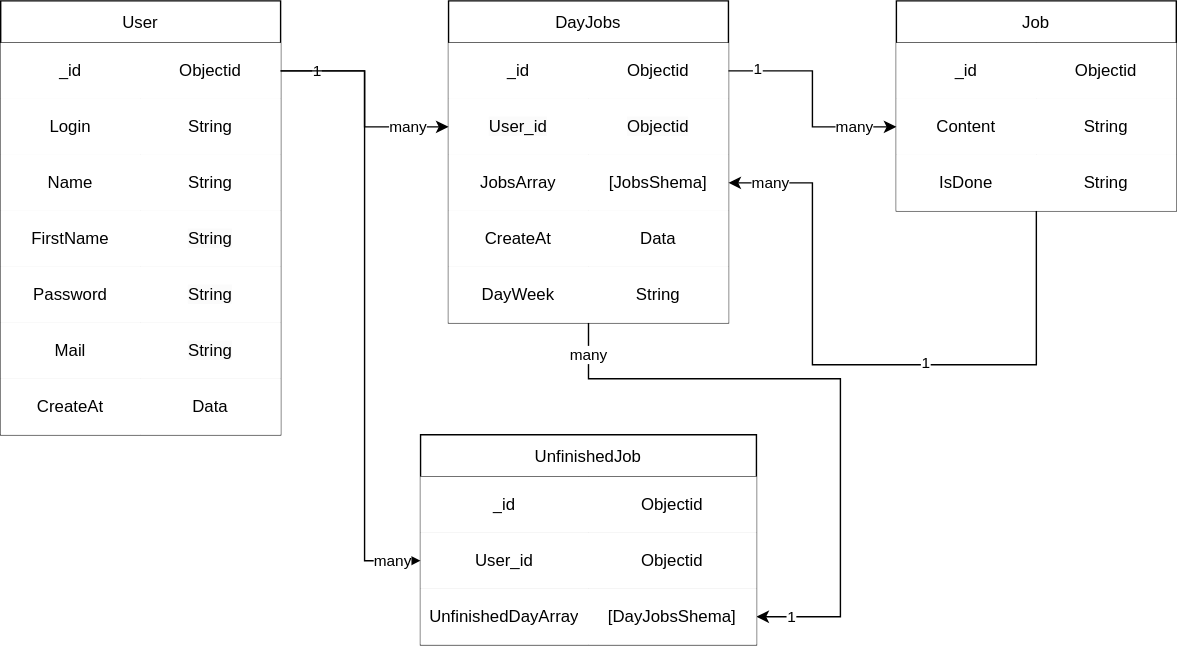
Before: FireWeekDiagram.drawio.svg, a diagram exported from draw.io (lambehorn/FireWeek). Source tidied: cells renumbered, new cells last; positions are measured from the earlier drawing's top-left corner, leaving out a move shared by most shapes.
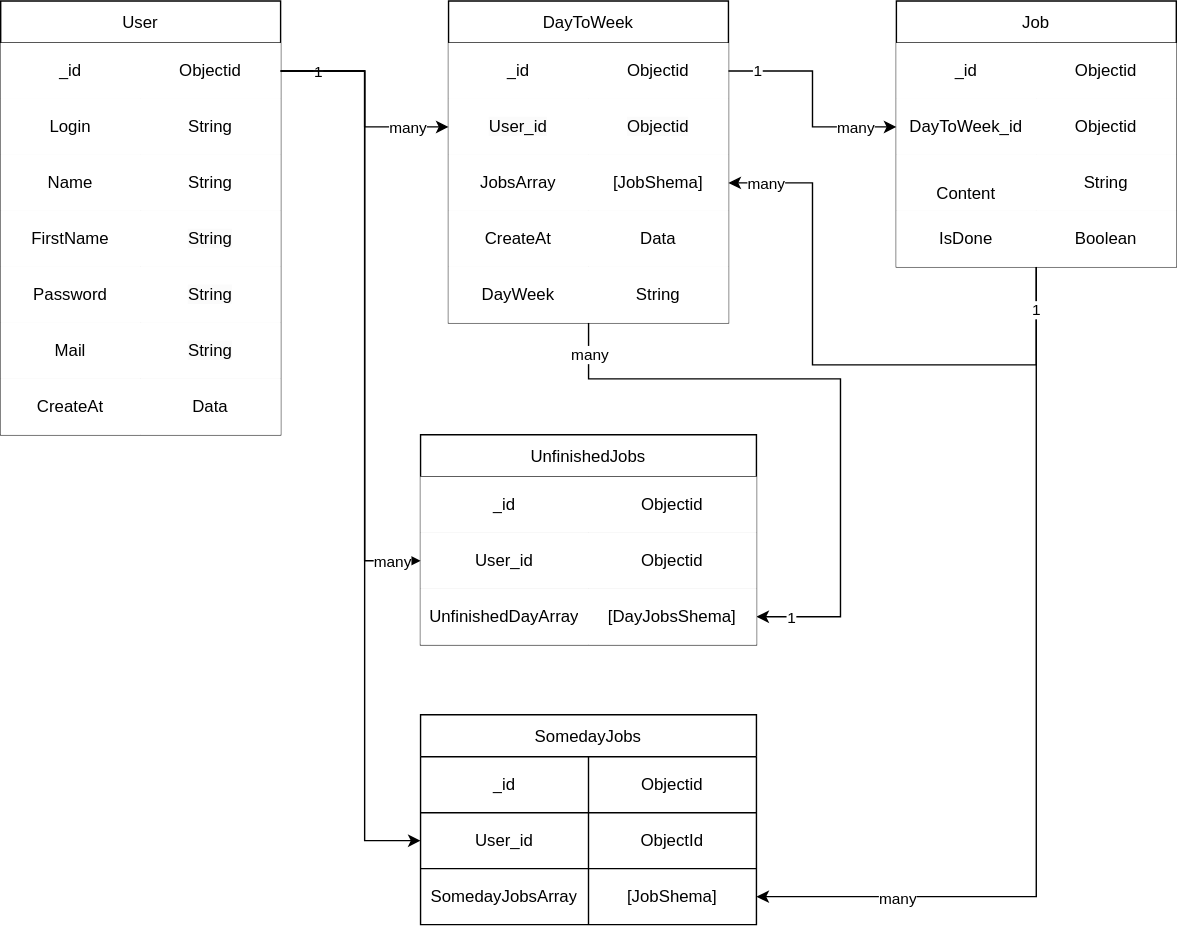
After the commit.

Diff of the diagram source:
```diff
@@ -85,7 +85,7 @@
     <mxCell id="26" value="1" style="edgeLabel;html=1;align=center;verticalAlign=middle;" parent="24" vertex="1">
       <mxGeometry x="0.89" relative="1" as="geometry" />
     </mxCell>
-    <mxCell id="27" value="DayJobs" style="shape=table;startSize=30;" parent="1" vertex="1">
+    <mxCell id="27" value="DayToWeek" style="shape=table;startSize=30;" parent="1" vertex="1">
       <mxGeometry x="320" width="200" height="230" as="geometry" />
     </mxCell>
     <mxCell id="28" style="shape=tableRow;horizontal=0;startSize=0;swimlaneHead=0;swimlaneBody=0;top=0;left=0;bottom=0;right=0;points=[[0,0.5],[1,0.5]];portConstraint=eastwest;" parent="27" vertex="1">
@@ -112,7 +112,7 @@
     <mxCell id="35" value="JobsArray" style="shape=partialRectangle;html=1;whiteSpace=wrap;overflow=hidden;top=0;left=0;bottom=0;right=0;" parent="34" vertex="1">
       <mxGeometry width="100" height="40" as="geometry" />
     </mxCell>
-    <mxCell id="36" value="[JobsShema]" style="shape=partialRectangle;html=1;whiteSpace=wrap;overflow=hidden;top=0;left=0;bottom=0;right=0;" parent="34" vertex="1">
+    <mxCell id="36" value="[JobShema]" style="shape=partialRectangle;html=1;whiteSpace=wrap;overflow=hidden;top=0;left=0;bottom=0;right=0;" parent="34" vertex="1">
       <mxGeometry x="100" width="100" height="40" as="geometry" />
     </mxCell>
     <mxCell id="37" style="shape=tableRow;horizontal=0;startSize=0;swimlaneHead=0;swimlaneBody=0;top=0;left=0;bottom=0;right=0;" parent="27" vertex="1">
@@ -160,13 +160,21 @@
         <mxPoint x="-8" as="offset" />
       </mxGeometry>
     </mxCell>
+    <mxCell id="74" style="edgeStyle=orthogonalEdgeStyle;rounded=0;jettySize=auto;html=1;" parent="1" edge="1" source="49" target="87">
+      <mxGeometry relative="1" as="geometry" />
+    </mxCell>
-    <mxCell id="48" value="1" style="edgeLabel;html=1;align=center;verticalAlign=middle;" parent="46" vertex="1">
-      <mxGeometry x="-0.46" y="-1" relative="1" as="geometry">
-        <mxPoint x="-65" as="offset" />
+    <mxCell id="48" value="1" style="edgeLabel;html=1;align=center;verticalAlign=middle;" parent="74" vertex="1">
+      <mxGeometry x="-0.88" y="-1" relative="1" as="geometry">
+        <mxPoint x="1" y="-11" as="offset" />
       </mxGeometry>
     </mxCell>
+    <mxCell id="75" value="many" style="edgeLabel;html=1;align=center;verticalAlign=middle;" parent="74" vertex="1">
+      <mxGeometry x="0.84" y="1" relative="1" as="geometry">
+        <mxPoint x="49" as="offset" />
+      </mxGeometry>
+    </mxCell>
     <mxCell id="49" value="Job" style="shape=table;startSize=30;" parent="1" vertex="1">
-      <mxGeometry x="640" width="200" height="150" as="geometry" />
+      <mxGeometry x="640" width="200" height="190" as="geometry" />
     </mxCell>
     <mxCell id="50" style="shape=tableRow;horizontal=0;startSize=0;swimlaneHead=0;swimlaneBody=0;top=0;left=0;bottom=0;right=0;" parent="49" vertex="1">
       <mxGeometry y="30" width="200" height="40" as="geometry" />
@@ -180,21 +188,30 @@
     <mxCell id="53" style="shape=tableRow;horizontal=0;startSize=0;swimlaneHead=0;swimlaneBody=0;top=0;left=0;bottom=0;right=0;points=[[0,0.5],[1,0.5]];portConstraint=eastwest;" parent="49" vertex="1">
       <mxGeometry y="70" width="200" height="40" as="geometry" />
     </mxCell>
-    <mxCell id="54" value="Content" style="shape=partialRectangle;html=1;whiteSpace=wrap;overflow=hidden;top=0;left=0;bottom=0;right=0;" parent="53" vertex="1">
+    <mxCell id="54" value="DayToWeek_id" style="shape=partialRectangle;html=1;whiteSpace=wrap;overflow=hidden;top=0;left=0;bottom=0;right=0;" parent="53" vertex="1">
       <mxGeometry width="100" height="40" as="geometry" />
     </mxCell>
-    <mxCell id="55" value="String" style="shape=partialRectangle;html=1;whiteSpace=wrap;overflow=hidden;top=0;left=0;bottom=0;right=0;" parent="53" vertex="1">
+    <mxCell id="55" value="Objectid" style="shape=partialRectangle;html=1;whiteSpace=wrap;overflow=hidden;top=0;left=0;bottom=0;right=0;" parent="53" vertex="1">
       <mxGeometry x="100" width="100" height="40" as="geometry" />
     </mxCell>
     <mxCell id="56" style="shape=tableRow;horizontal=0;startSize=0;swimlaneHead=0;swimlaneBody=0;top=0;left=0;bottom=0;right=0;" parent="49" vertex="1">
       <mxGeometry y="110" width="200" height="40" as="geometry" />
     </mxCell>
-    <mxCell id="57" value="IsDone" style="shape=partialRectangle;html=1;whiteSpace=wrap;overflow=hidden;top=0;left=0;bottom=0;right=0;" parent="56" vertex="1">
+    <mxCell id="57" value="&lt;br style=&quot;border-color: var(--border-color);&quot;&gt;Content" style="shape=partialRectangle;html=1;whiteSpace=wrap;overflow=hidden;top=0;left=0;bottom=0;right=0;" parent="56" vertex="1">
       <mxGeometry width="100" height="40" as="geometry" />
     </mxCell>
     <mxCell id="58" value="String" style="shape=partialRectangle;html=1;whiteSpace=wrap;overflow=hidden;top=0;left=0;bottom=0;right=0;" parent="56" vertex="1">
       <mxGeometry x="100" width="100" height="40" as="geometry" />
     </mxCell>
+    <mxCell id="76" style="shape=tableRow;horizontal=0;startSize=0;swimlaneHead=0;swimlaneBody=0;top=0;left=0;bottom=0;right=0;" parent="49" vertex="1">
+      <mxGeometry y="150" width="200" height="40" as="geometry" />
+    </mxCell>
+    <mxCell id="77" value="IsDone" style="shape=partialRectangle;html=1;whiteSpace=wrap;overflow=hidden;top=0;left=0;bottom=0;right=0;" parent="76" vertex="1">
+      <mxGeometry width="100" height="40" as="geometry" />
+    </mxCell>
+    <mxCell id="78" value="Boolean" style="shape=partialRectangle;html=1;whiteSpace=wrap;overflow=hidden;top=0;left=0;bottom=0;right=0;" parent="76" vertex="1">
+      <mxGeometry x="100" width="100" height="40" as="geometry" />
+    </mxCell>
     <mxCell id="59" style="edgeStyle=orthogonalEdgeStyle;rounded=0;jettySize=auto;html=1;" parent="1" edge="1" source="28" target="53">
       <mxGeometry relative="1" as="geometry">
         <Array as="points">
@@ -213,7 +230,7 @@
         <mxPoint x="8" y="3" as="offset" />
       </mxGeometry>
     </mxCell>
-    <mxCell id="62" value="UnfinishedJob" style="shape=table;startSize=30;" parent="1" vertex="1">
+    <mxCell id="62" value="UnfinishedJobs" style="shape=table;startSize=30;" parent="1" vertex="1">
       <mxGeometry x="300" y="310" width="240" height="150" as="geometry" />
     </mxCell>
     <mxCell id="63" style="shape=tableRow;horizontal=0;startSize=0;swimlaneHead=0;swimlaneBody=0;top=0;left=0;bottom=0;right=0;" parent="62" vertex="1">
@@ -256,5 +273,43 @@
         <mxPoint x="18" y="2" as="offset" />
       </mxGeometry>
     </mxCell>
+    <mxCell id="79" style="edgeStyle=orthogonalEdgeStyle;rounded=0;jettySize=auto;html=1;" parent="1" edge="1" source="3" target="84">
+      <mxGeometry relative="1" as="geometry">
+        <Array as="points">
+          <mxPoint x="260" y="50" />
+          <mxPoint x="260" y="600" />
+        </Array>
+      </mxGeometry>
+    </mxCell>
+    <mxCell id="80" value="SomedayJobs" style="shape=table;startSize=30;" parent="1" vertex="1">
+      <mxGeometry x="300" y="510" width="240" height="150" as="geometry" />
+    </mxCell>
+    <mxCell id="81" style="shape=tableRow;horizontal=0;startSize=0;swimlaneHead=0;swimlaneBody=0;strokeColor=inherit;top=0;left=0;bottom=0;right=0;fillColor=none;" parent="80" vertex="1">
+      <mxGeometry y="30" width="240" height="40" as="geometry" />
+    </mxCell>
+    <mxCell id="82" value="_id" style="shape=partialRectangle;html=1;whiteSpace=wrap;strokeColor=inherit;overflow=hidden;fillColor=none;top=0;left=0;bottom=0;right=0;" parent="81" vertex="1">
+      <mxGeometry width="120" height="40" as="geometry" />
+    </mxCell>
+    <mxCell id="83" value="Objectid" style="shape=partialRectangle;html=1;whiteSpace=wrap;strokeColor=inherit;overflow=hidden;fillColor=none;top=0;left=0;bottom=0;right=0;" parent="81" vertex="1">
+      <mxGeometry x="120" width="120" height="40" as="geometry" />
+    </mxCell>
+    <mxCell id="84" style="shape=tableRow;horizontal=0;startSize=0;swimlaneHead=0;swimlaneBody=0;strokeColor=inherit;top=0;left=0;bottom=0;right=0;fillColor=none;points=[[0,0.5],[1,0.5]];portConstraint=eastwest;" parent="80" vertex="1">
+      <mxGeometry y="70" width="240" height="40" as="geometry" />
+    </mxCell>
+    <mxCell id="85" value="User_id" style="shape=partialRectangle;html=1;whiteSpace=wrap;strokeColor=inherit;overflow=hidden;fillColor=none;top=0;left=0;bottom=0;right=0;" parent="84" vertex="1">
+      <mxGeometry width="120" height="40" as="geometry" />
+    </mxCell>
+    <mxCell id="86" value="ObjectId" style="shape=partialRectangle;html=1;whiteSpace=wrap;strokeColor=inherit;overflow=hidden;fillColor=none;top=0;left=0;bottom=0;right=0;" parent="84" vertex="1">
+      <mxGeometry x="120" width="120" height="40" as="geometry" />
+    </mxCell>
+    <mxCell id="87" style="shape=tableRow;horizontal=0;startSize=0;swimlaneHead=0;swimlaneBody=0;strokeColor=inherit;top=0;left=0;bottom=0;right=0;fillColor=none;points=[[0,0.5],[1,0.5]];portConstraint=eastwest;" parent="80" vertex="1">
+      <mxGeometry y="110" width="240" height="40" as="geometry" />
+    </mxCell>
+    <mxCell id="88" value="SomedayJobsArray" style="shape=partialRectangle;html=1;whiteSpace=wrap;strokeColor=inherit;overflow=hidden;fillColor=none;top=0;left=0;bottom=0;right=0;" parent="87" vertex="1">
+      <mxGeometry width="120" height="40" as="geometry" />
+    </mxCell>
+    <mxCell id="89" value="[JobShema]" style="shape=partialRectangle;html=1;whiteSpace=wrap;strokeColor=inherit;overflow=hidden;fillColor=none;top=0;left=0;bottom=0;right=0;" parent="87" vertex="1">
+      <mxGeometry x="120" width="120" height="40" as="geometry" />
+    </mxCell>
   </root>
 </mxGraphModel>
```
